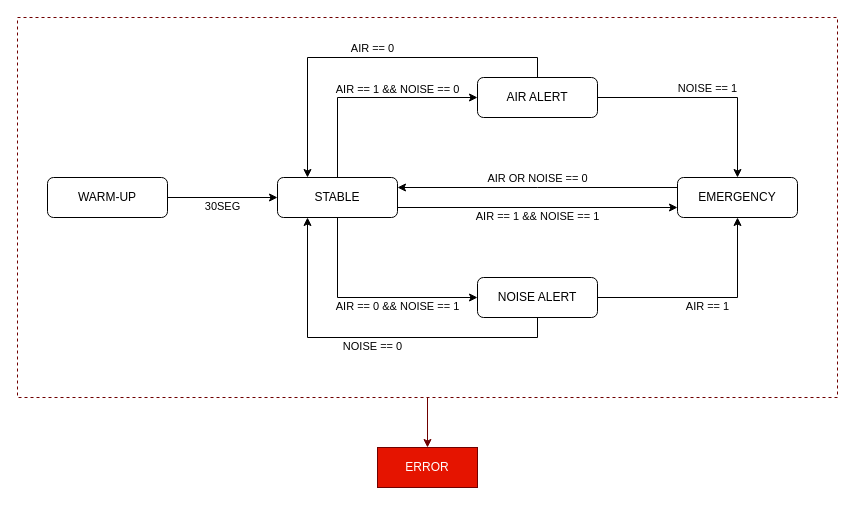
The draw.io diagram src/fsm_diagram/fsm_control.drawio in Lm01s3s/P2-Monitor-de-calidad-de-aire-y-ruido-del-campus, before the edit. Source tidied: cells renumbered, new cells numbered last; positions are measured from the earlier drawing's top-left corner, leaving out a move shared by most shapes. Both pictures are drawn from the tidied source at 100%, with x=0, y=0 at pixel (17, 17).
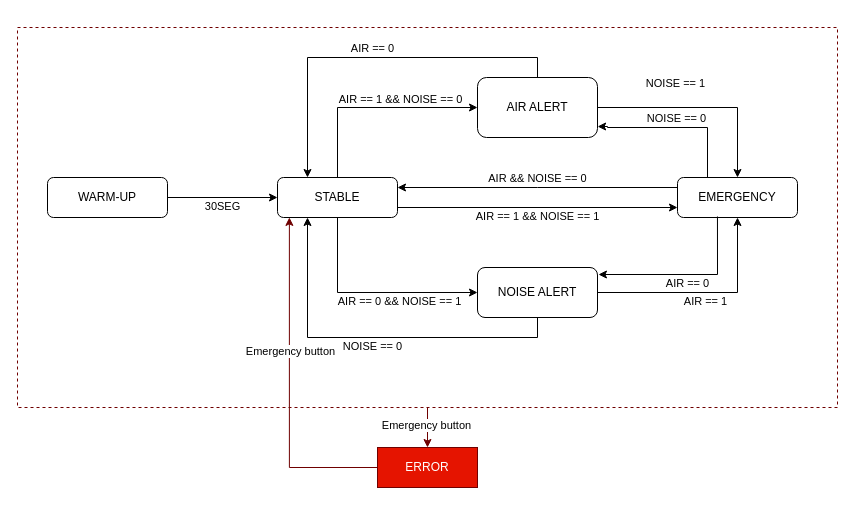
The same page after the edit.

Commit message (it also covers changes not shown here):
Se sube el diagrama fsm actualizado

Unchanged cells that the change refers to:
```xml
<mxCell id="8" value="STABLE" style="rounded=1;whiteSpace=wrap;html=1;" parent="1" vertex="1">
  <mxGeometry x="260" y="160" width="120" height="40" as="geometry" />
</mxCell>
<mxCell id="16" value="EMERGENCY" style="rounded=1;whiteSpace=wrap;html=1;" parent="1" vertex="1">
  <mxGeometry x="660" y="160" width="120" height="40" as="geometry" />
</mxCell>
<mxCell id="17" style="edgeStyle=orthogonalEdgeStyle;rounded=0;jettySize=auto;html=1;entryX=0.5;entryY=0;entryDx=0;entryDy=0;strokeColor=light-dark(#6F0000,#FF3333);curved=0;" parent="1" edge="1" source="2" target="18">
  <mxGeometry relative="1" as="geometry" />
</mxCell>
<mxCell id="18" value="ERROR" style="rounded=0;whiteSpace=wrap;html=1;strokeColor=light-dark(#6F0000,#FF3333);fillColor=#e51400;fontColor=#ffffff;" parent="1" vertex="1">
  <mxGeometry x="360" y="430" width="100" height="40" as="geometry" />
</mxCell>
```

Change to the diagram source:
```diff
@@
-    <mxCell id="2" style="rounded=0;whiteSpace=wrap;html=1;fillColor=none;fontColor=#ffffff;strokeColor=light-dark(#6F0000,#FF3333);dashed=1;" parent="1" vertex="1">
-      <mxGeometry width="820" height="380" as="geometry" />
+    <mxCell id="2" style="rounded=0;whiteSpace=wrap;html=1;fillColor=none;fontColor=light-dark(default, #e60000);strokeColor=light-dark(#6F0000,#FF3333);dashed=1;" parent="1" vertex="1">
+      <mxGeometry y="10" width="820" height="380" as="geometry" />
     </mxCell>
@@
-    <mxCell id="10" value="NOISE == 1" style="edgeStyle=orthogonalEdgeStyle;rounded=0;jettySize=auto;html=1;entryX=0.5;entryY=0;entryDx=0;entryDy=0;verticalAlign=bottom;" parent="1" edge="1" source="11" target="16">
-      <mxGeometry relative="1" as="geometry" />
+    <mxCell id="10" value="NOISE == 1" style="edgeStyle=orthogonalEdgeStyle;rounded=0;jettySize=auto;html=1;entryX=0.5;entryY=0;entryDx=0;entryDy=0;verticalAlign=bottom;exitX=1;exitY=0.5;exitDx=0;exitDy=0;" parent="1" edge="1" source="11" target="16">
+      <mxGeometry x="-0.26" y="15" relative="1" as="geometry" />
     </mxCell>
     <mxCell id="11" value="AIR ALERT" style="rounded=1;whiteSpace=wrap;html=1;" parent="1" vertex="1">
-      <mxGeometry x="460" y="60" width="120" height="40" as="geometry" />
+      <mxGeometry x="460" y="60" width="120" height="60" as="geometry" />
     </mxCell>
@@
     <mxCell id="14" value="NOISE ALERT" style="rounded=1;whiteSpace=wrap;html=1;" parent="1" vertex="1">
-      <mxGeometry x="460" y="260" width="120" height="40" as="geometry" />
+      <mxGeometry x="460" y="250" width="120" height="50" as="geometry" />
     </mxCell>
-    <mxCell id="15" value="AIR OR NOISE == 0" style="edgeStyle=orthogonalEdgeStyle;rounded=0;jettySize=auto;html=1;entryX=1;entryY=0.25;entryDx=0;entryDy=0;exitX=0;exitY=0.25;exitDx=0;exitDy=0;verticalAlign=bottom;" parent="1" edge="1" source="16" target="8">
+    <mxCell id="15" value="AIR &amp;amp;&amp;amp;&amp;nbsp;NOISE == 0" style="edgeStyle=orthogonalEdgeStyle;rounded=0;jettySize=auto;html=1;entryX=1;entryY=0.25;entryDx=0;entryDy=0;exitX=0;exitY=0.25;exitDx=0;exitDy=0;verticalAlign=bottom;" parent="1" edge="1" source="16" target="8">
       <mxGeometry relative="1" as="geometry">
         <Array as="points">
           <mxPoint x="520" y="170" />
           <mxPoint x="520" y="170" />
         </Array>
       </mxGeometry>
     </mxCell>
@@
+    <mxCell id="19" value="Emergency button" style="edgeLabel;html=1;align=center;verticalAlign=middle;fontColor=light-dark(#000000,#FF3333);" parent="17" vertex="1">
+      <mxGeometry x="-0.15" y="-2" relative="1" as="geometry" />
+    </mxCell>
@@
+    <mxCell id="20" value="NOISE == 0" style="edgeStyle=orthogonalEdgeStyle;rounded=0;jettySize=auto;html=1;entryX=0.25;entryY=0;entryDx=0;entryDy=0;verticalAlign=bottom;exitX=1.001;exitY=0.817;exitDx=0;exitDy=0;startArrow=classic;startFill=1;endArrow=none;endFill=0;exitPerimeter=0;" parent="1" edge="1" source="11" target="16">
+      <mxGeometry relative="1" as="geometry">
+        <Array as="points">
+          <mxPoint x="590" y="109" />
+          <mxPoint x="690" y="110" />
+        </Array>
+      </mxGeometry>
+    </mxCell>
+    <mxCell id="21" value="AIR == 0" style="edgeStyle=orthogonalEdgeStyle;rounded=0;jettySize=auto;html=1;entryX=0.333;entryY=0.975;entryDx=0;entryDy=0;verticalAlign=top;spacingTop=-4;entryPerimeter=0;startArrow=classic;startFill=1;endArrow=none;endFill=0;exitX=1.008;exitY=0.14;exitDx=0;exitDy=0;exitPerimeter=0;" parent="1" edge="1" source="14" target="16">
+      <mxGeometry relative="1" as="geometry" />
+    </mxCell>
+    <mxCell id="22" style="edgeStyle=orthogonalEdgeStyle;rounded=0;jettySize=auto;html=1;strokeColor=light-dark(#6F0000,#FF3333);curved=0;exitX=0;exitY=0.5;exitDx=0;exitDy=0;entryX=0.099;entryY=0.998;entryDx=0;entryDy=0;entryPerimeter=0;" parent="1" edge="1" source="18" target="8">
+      <mxGeometry relative="1" as="geometry" />
+    </mxCell>
+    <mxCell id="23" value="Emergency button" style="edgeLabel;html=1;align=center;verticalAlign=middle;fontColor=light-dark(#000000,#FF0000);" parent="22" vertex="1">
+      <mxGeometry x="0.21" y="-1" relative="1" as="geometry" />
+    </mxCell>
```
